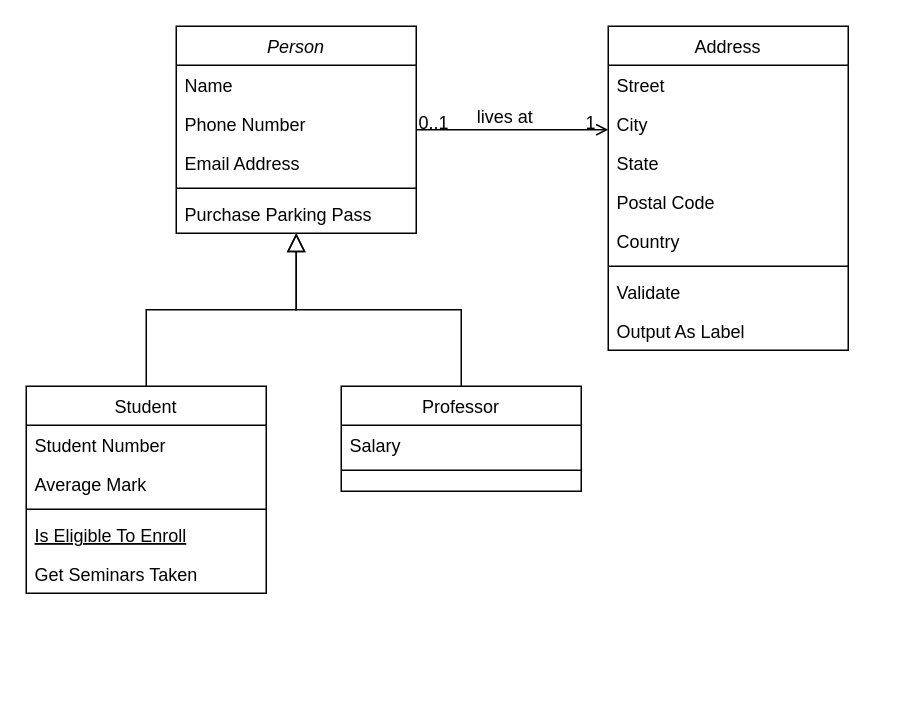
This is Unbenanntes Diagramm.drawio from Mikomy/Softwaremanagement-1, a draw.io file, before an edit. Source tidied: cells renumbered, new cells numbered last; positions are measured from the earlier drawing's top-left corner, leaving out a move shared by most shapes. Both pictures are drawn from the tidied source at 150%, with x=0, y=0 at pixel (26, 26).
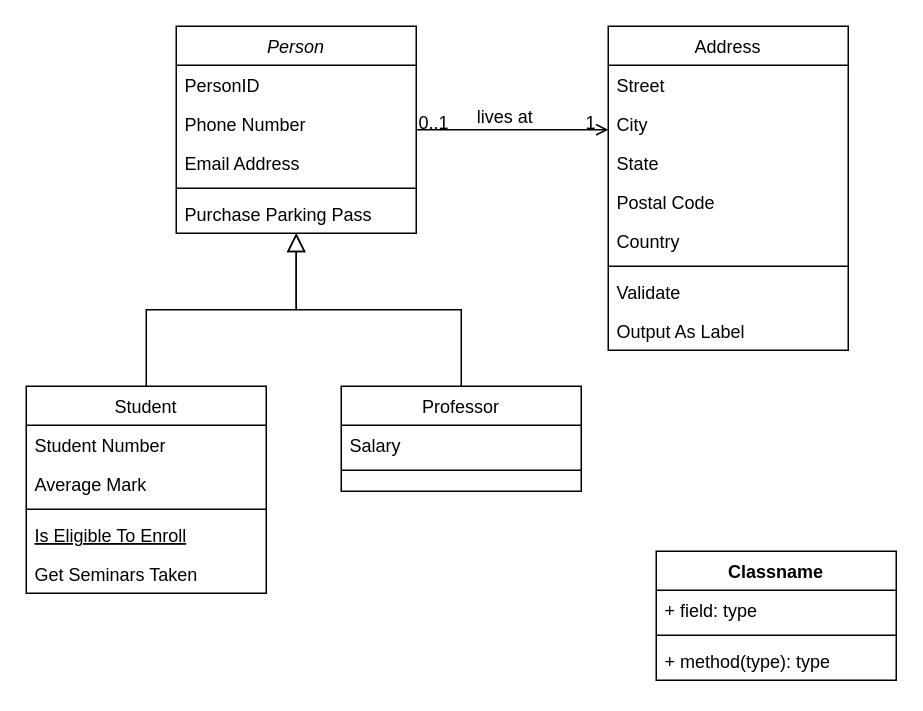
The same diagram, later.

Commit message:
Klassen Diagramm.drawio aktualisiert

The change refers to these unchanged cells:
```xml
<mxCell id="2" value="Person" style="swimlane;fontStyle=2;align=center;verticalAlign=top;horizontal=1;startSize=26;rounded=0;shadow=0;strokeWidth=1;" parent="1" vertex="1">
  <mxGeometry x="100" width="160" height="138" as="geometry" />
</mxCell>
```

What changed in the source:
```diff
@@
-    <mxCell id="3" value="Name" style="text;align=left;verticalAlign=top;spacingLeft=4;spacingRight=4;overflow=hidden;" parent="2" vertex="1">
+    <mxCell id="3" value="PersonID   " style="text;align=left;verticalAlign=top;spacingLeft=4;spacingRight=4;overflow=hidden;" parent="2" vertex="1">
       <mxGeometry y="26" width="160" height="26" as="geometry" />
     </mxCell>
@@
+    <mxCell id="32" value="Classname" style="swimlane;fontStyle=1;align=center;verticalAlign=top;horizontal=1;startSize=26;whiteSpace=wrap;html=1;" parent="1" vertex="1">
+      <mxGeometry x="420" y="350" width="160" height="86" as="geometry" />
+    </mxCell>
+    <mxCell id="33" value="+ field: type" style="text;strokeColor=none;fillColor=none;align=left;verticalAlign=top;spacingLeft=4;spacingRight=4;overflow=hidden;whiteSpace=wrap;html=1;" parent="32" vertex="1">
+      <mxGeometry y="26" width="160" height="26" as="geometry" />
+    </mxCell>
+    <mxCell id="34" style="line;strokeWidth=1;fillColor=none;align=left;verticalAlign=middle;spacingTop=-1;spacingLeft=3;spacingRight=3;labelPosition=right;strokeColor=inherit;" parent="32" vertex="1">
+      <mxGeometry y="52" width="160" height="8" as="geometry" />
+    </mxCell>
+    <mxCell id="35" value="+ method(type): type" style="text;strokeColor=none;fillColor=none;align=left;verticalAlign=top;spacingLeft=4;spacingRight=4;overflow=hidden;whiteSpace=wrap;html=1;" parent="32" vertex="1">
+      <mxGeometry y="60" width="160" height="26" as="geometry" />
+    </mxCell>
```
